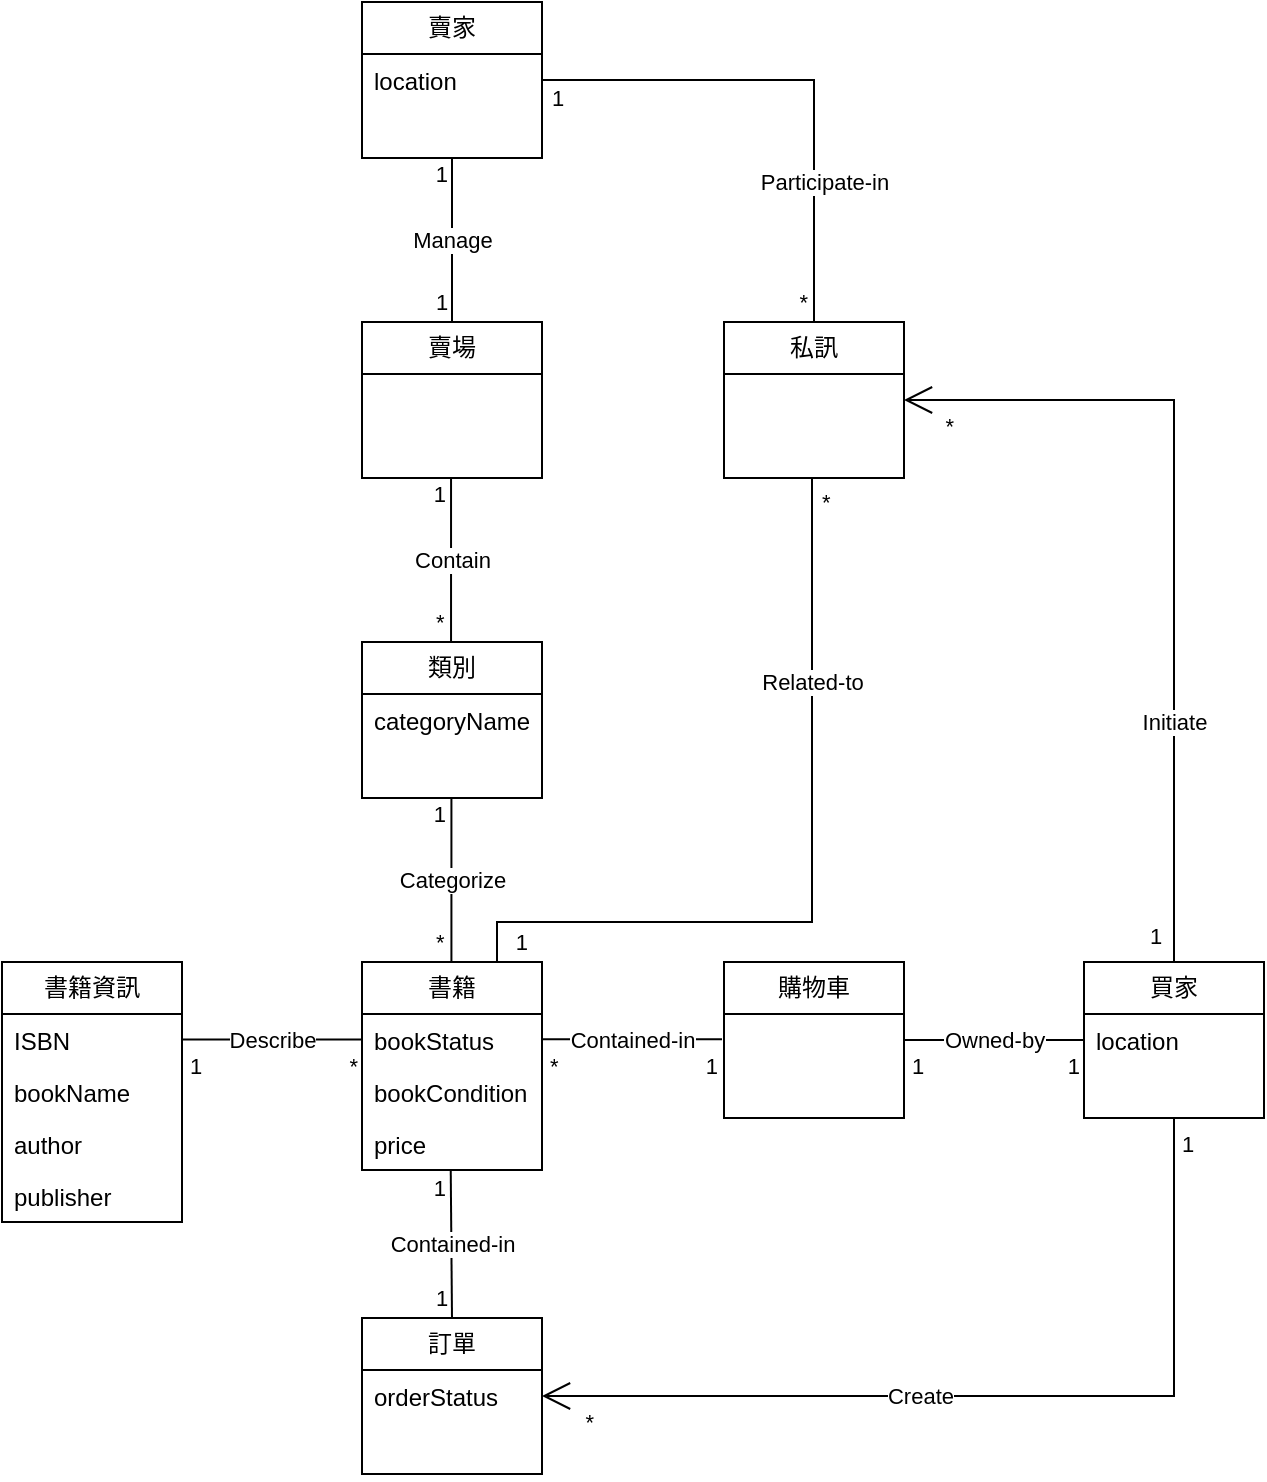
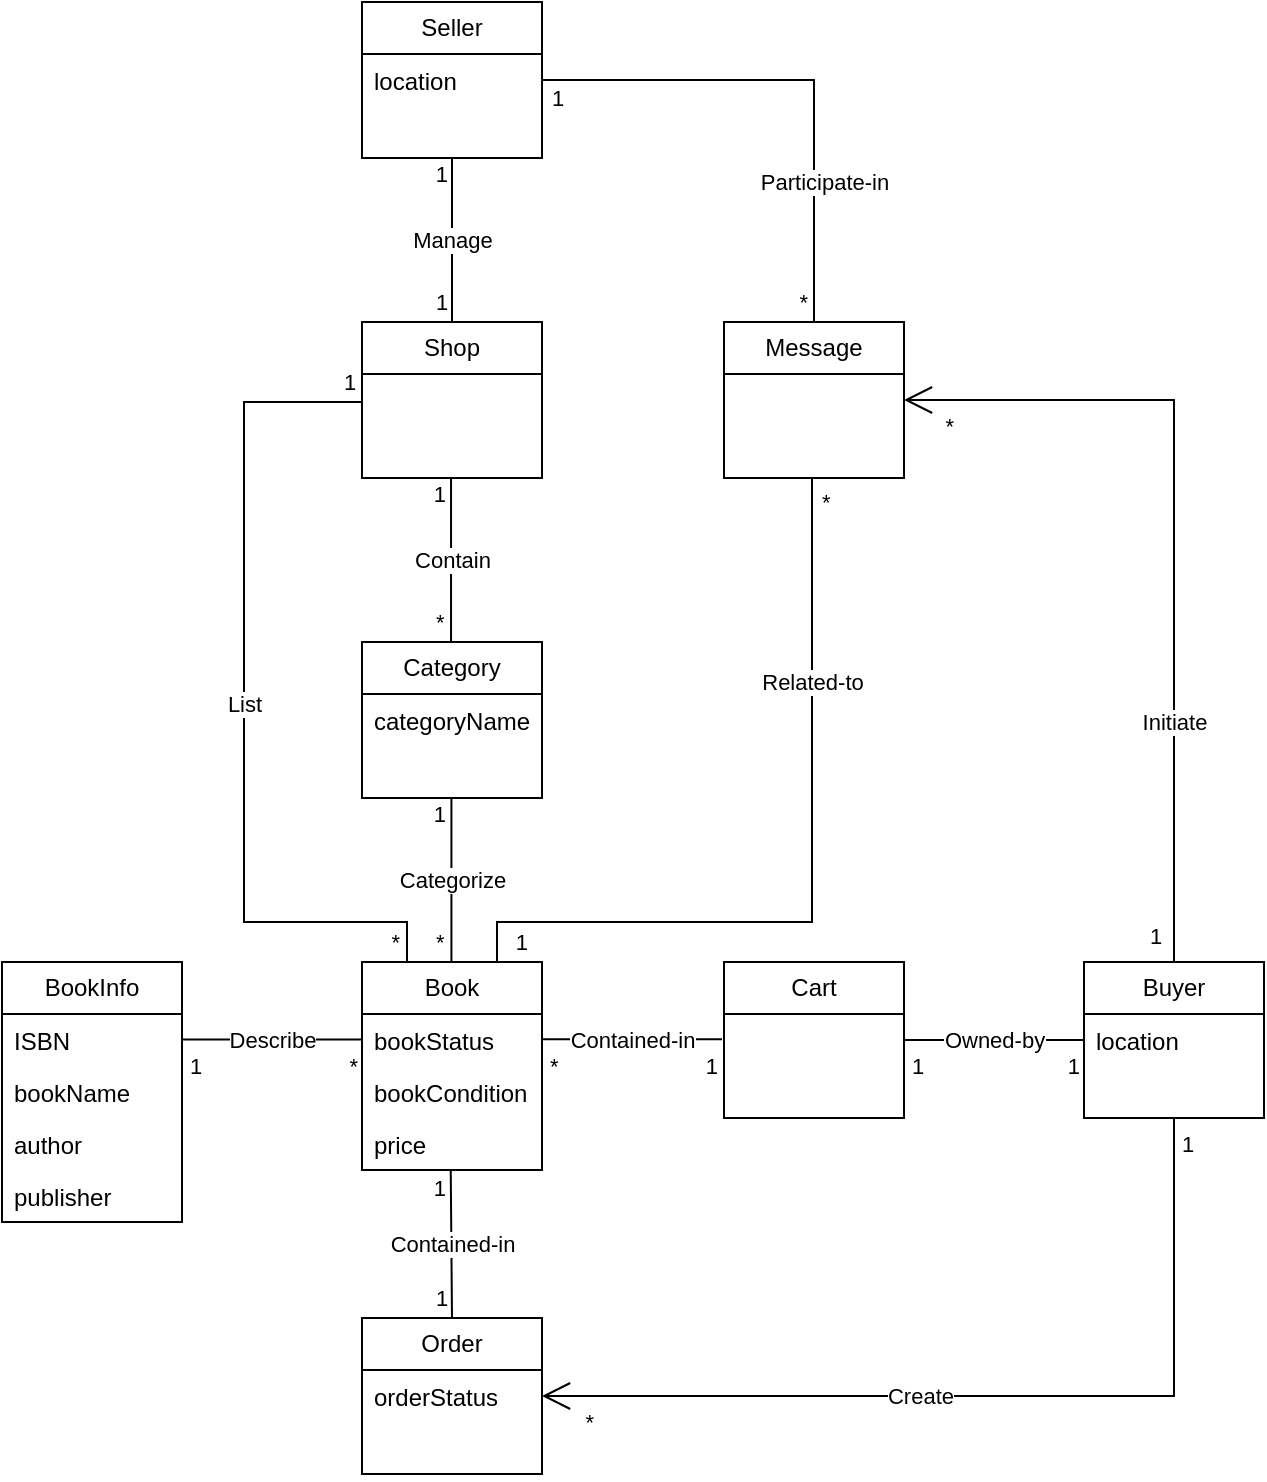
<mxfile host="app.diagrams.net">
  <diagram name="第 1 页" id="RCAoNjRS01Z3lIfcbTOO">
-     <mxGraphModel dx="1407" dy="842" grid="1" gridSize="10" guides="1" tooltips="1" connect="1" arrows="1" fold="1" page="1" pageScale="1" pageWidth="827" pageHeight="1169" math="0" shadow="0">
+     <mxGraphModel grid="1" page="1" gridSize="10" guides="1" tooltips="1" connect="1" arrows="1" fold="1" pageScale="1" pageWidth="827" pageHeight="1169" math="0" shadow="0">
      <root>
        <mxCell id="0" />
        <mxCell id="1" parent="0" />
-         <mxCell id="iLEGEHv-uXXGgKctzIfk-14" parent="1" style="swimlane;fontStyle=0;childLayout=stackLayout;horizontal=1;startSize=26;fillColor=none;horizontalStack=0;resizeParent=1;resizeParentMax=0;resizeLast=0;collapsible=1;marginBottom=0;whiteSpace=wrap;html=1;container=0;" value="買家" vertex="1">
+         <mxCell id="iLEGEHv-uXXGgKctzIfk-14" parent="1" style="swimlane;fontStyle=0;childLayout=stackLayout;horizontal=1;startSize=26;fillColor=none;horizontalStack=0;resizeParent=1;resizeParentMax=0;resizeLast=0;collapsible=1;marginBottom=0;whiteSpace=wrap;html=1;container=0;" value="Buyer" vertex="1">
          <mxGeometry height="78" width="90" x="680" y="520" as="geometry" />
        </mxCell>
        <mxCell id="iLEGEHv-uXXGgKctzIfk-127" parent="iLEGEHv-uXXGgKctzIfk-14" style="text;strokeColor=none;fillColor=none;align=left;verticalAlign=top;spacingLeft=4;spacingRight=4;overflow=hidden;rotatable=0;points=[[0,0.5],[1,0.5]];portConstraint=eastwest;whiteSpace=wrap;html=1;" value="location" vertex="1">
          <mxGeometry height="26" width="90" y="26" as="geometry" />
        </mxCell>
        <mxCell id="iLEGEHv-uXXGgKctzIfk-128" parent="iLEGEHv-uXXGgKctzIfk-14" style="text;strokeColor=none;fillColor=none;align=left;verticalAlign=top;spacingLeft=4;spacingRight=4;overflow=hidden;rotatable=0;points=[[0,0.5],[1,0.5]];portConstraint=eastwest;whiteSpace=wrap;html=1;" value="&amp;nbsp;" vertex="1">
          <mxGeometry height="26" width="90" y="52" as="geometry" />
        </mxCell>
-         <mxCell id="iLEGEHv-uXXGgKctzIfk-17" parent="1" style="swimlane;fontStyle=0;childLayout=stackLayout;horizontal=1;startSize=26;fillColor=none;horizontalStack=0;resizeParent=1;resizeParentMax=0;resizeLast=0;collapsible=1;marginBottom=0;whiteSpace=wrap;html=1;" value="書籍" vertex="1">
+         <mxCell id="iLEGEHv-uXXGgKctzIfk-17" parent="1" style="swimlane;fontStyle=0;childLayout=stackLayout;horizontal=1;startSize=26;fillColor=none;horizontalStack=0;resizeParent=1;resizeParentMax=0;resizeLast=0;collapsible=1;marginBottom=0;whiteSpace=wrap;html=1;" value="Book" vertex="1">
          <mxGeometry height="104" width="90" x="319" y="520" as="geometry" />
        </mxCell>
        <mxCell id="iLEGEHv-uXXGgKctzIfk-18" parent="iLEGEHv-uXXGgKctzIfk-17" style="text;strokeColor=none;fillColor=none;align=left;verticalAlign=top;spacingLeft=4;spacingRight=4;overflow=hidden;rotatable=0;points=[[0,0.5],[1,0.5]];portConstraint=eastwest;whiteSpace=wrap;html=1;" value="bookStatus" vertex="1">
          <mxGeometry height="26" width="90" y="26" as="geometry" />
        </mxCell>
        <mxCell id="iLEGEHv-uXXGgKctzIfk-19" parent="iLEGEHv-uXXGgKctzIfk-17" style="text;strokeColor=none;fillColor=none;align=left;verticalAlign=top;spacingLeft=4;spacingRight=4;overflow=hidden;rotatable=0;points=[[0,0.5],[1,0.5]];portConstraint=eastwest;whiteSpace=wrap;html=1;" value="bookCondition" vertex="1">
          <mxGeometry height="26" width="90" y="52" as="geometry" />
        </mxCell>
        <mxCell id="iLEGEHv-uXXGgKctzIfk-129" parent="iLEGEHv-uXXGgKctzIfk-17" style="text;strokeColor=none;fillColor=none;align=left;verticalAlign=top;spacingLeft=4;spacingRight=4;overflow=hidden;rotatable=0;points=[[0,0.5],[1,0.5]];portConstraint=eastwest;whiteSpace=wrap;html=1;" value="price" vertex="1">
          <mxGeometry height="26" width="90" y="78" as="geometry" />
        </mxCell>
-         <mxCell id="iLEGEHv-uXXGgKctzIfk-20" parent="1" style="swimlane;fontStyle=0;childLayout=stackLayout;horizontal=1;startSize=26;fillColor=none;horizontalStack=0;resizeParent=1;resizeParentMax=0;resizeLast=0;collapsible=1;marginBottom=0;whiteSpace=wrap;html=1;" value="書籍資訊" vertex="1">
+         <mxCell id="iLEGEHv-uXXGgKctzIfk-20" parent="1" style="swimlane;fontStyle=0;childLayout=stackLayout;horizontal=1;startSize=26;fillColor=none;horizontalStack=0;resizeParent=1;resizeParentMax=0;resizeLast=0;collapsible=1;marginBottom=0;whiteSpace=wrap;html=1;" value="BookInfo" vertex="1">
          <mxGeometry height="130" width="90" x="139" y="520" as="geometry" />
        </mxCell>
        <mxCell id="iLEGEHv-uXXGgKctzIfk-21" parent="iLEGEHv-uXXGgKctzIfk-20" style="text;strokeColor=none;fillColor=none;align=left;verticalAlign=top;spacingLeft=4;spacingRight=4;overflow=hidden;rotatable=0;points=[[0,0.5],[1,0.5]];portConstraint=eastwest;whiteSpace=wrap;html=1;" value="ISBN" vertex="1">
          <mxGeometry height="26" width="90" y="26" as="geometry" />
        </mxCell>
        <mxCell id="iLEGEHv-uXXGgKctzIfk-22" parent="iLEGEHv-uXXGgKctzIfk-20" style="text;strokeColor=none;fillColor=none;align=left;verticalAlign=top;spacingLeft=4;spacingRight=4;overflow=hidden;rotatable=0;points=[[0,0.5],[1,0.5]];portConstraint=eastwest;whiteSpace=wrap;html=1;" value="bookName" vertex="1">
          <mxGeometry height="26" width="90" y="52" as="geometry" />
        </mxCell>
        <mxCell id="iLEGEHv-uXXGgKctzIfk-130" parent="iLEGEHv-uXXGgKctzIfk-20" style="text;strokeColor=none;fillColor=none;align=left;verticalAlign=top;spacingLeft=4;spacingRight=4;overflow=hidden;rotatable=0;points=[[0,0.5],[1,0.5]];portConstraint=eastwest;whiteSpace=wrap;html=1;" value="author" vertex="1">
          <mxGeometry height="26" width="90" y="78" as="geometry" />
        </mxCell>
        <mxCell id="iLEGEHv-uXXGgKctzIfk-131" parent="iLEGEHv-uXXGgKctzIfk-20" style="text;strokeColor=none;fillColor=none;align=left;verticalAlign=top;spacingLeft=4;spacingRight=4;overflow=hidden;rotatable=0;points=[[0,0.5],[1,0.5]];portConstraint=eastwest;whiteSpace=wrap;html=1;" value="publisher" vertex="1">
          <mxGeometry height="26" width="90" y="104" as="geometry" />
        </mxCell>
-         <mxCell id="iLEGEHv-uXXGgKctzIfk-23" parent="1" style="swimlane;fontStyle=0;childLayout=stackLayout;horizontal=1;startSize=26;fillColor=none;horizontalStack=0;resizeParent=1;resizeParentMax=0;resizeLast=0;collapsible=1;marginBottom=0;whiteSpace=wrap;html=1;" value="私訊" vertex="1">
+         <mxCell id="iLEGEHv-uXXGgKctzIfk-23" parent="1" style="swimlane;fontStyle=0;childLayout=stackLayout;horizontal=1;startSize=26;fillColor=none;horizontalStack=0;resizeParent=1;resizeParentMax=0;resizeLast=0;collapsible=1;marginBottom=0;whiteSpace=wrap;html=1;" value="Message" vertex="1">
          <mxGeometry height="78" width="90" x="500" y="200" as="geometry" />
        </mxCell>
        <mxCell id="iLEGEHv-uXXGgKctzIfk-24" parent="iLEGEHv-uXXGgKctzIfk-23" style="text;strokeColor=none;fillColor=none;align=left;verticalAlign=top;spacingLeft=4;spacingRight=4;overflow=hidden;rotatable=0;points=[[0,0.5],[1,0.5]];portConstraint=eastwest;whiteSpace=wrap;html=1;" value="&amp;nbsp;" vertex="1">
          <mxGeometry height="26" width="90" y="26" as="geometry" />
        </mxCell>
        <mxCell id="iLEGEHv-uXXGgKctzIfk-25" parent="iLEGEHv-uXXGgKctzIfk-23" style="text;strokeColor=none;fillColor=none;align=left;verticalAlign=top;spacingLeft=4;spacingRight=4;overflow=hidden;rotatable=0;points=[[0,0.5],[1,0.5]];portConstraint=eastwest;whiteSpace=wrap;html=1;" value="&amp;nbsp;" vertex="1">
          <mxGeometry height="26" width="90" y="52" as="geometry" />
        </mxCell>
-         <mxCell id="iLEGEHv-uXXGgKctzIfk-26" parent="1" style="swimlane;fontStyle=0;childLayout=stackLayout;horizontal=1;startSize=26;fillColor=none;horizontalStack=0;resizeParent=1;resizeParentMax=0;resizeLast=0;collapsible=1;marginBottom=0;whiteSpace=wrap;html=1;" value="賣場" vertex="1">
+         <mxCell id="iLEGEHv-uXXGgKctzIfk-26" parent="1" style="swimlane;fontStyle=0;childLayout=stackLayout;horizontal=1;startSize=26;fillColor=none;horizontalStack=0;resizeParent=1;resizeParentMax=0;resizeLast=0;collapsible=1;marginBottom=0;whiteSpace=wrap;html=1;" value="Shop" vertex="1">
          <mxGeometry height="78" width="90" x="319" y="200" as="geometry" />
        </mxCell>
        <mxCell id="iLEGEHv-uXXGgKctzIfk-27" parent="iLEGEHv-uXXGgKctzIfk-26" style="text;strokeColor=none;fillColor=none;align=left;verticalAlign=top;spacingLeft=4;spacingRight=4;overflow=hidden;rotatable=0;points=[[0,0.5],[1,0.5]];portConstraint=eastwest;whiteSpace=wrap;html=1;" value="&amp;nbsp;" vertex="1">
          <mxGeometry height="26" width="90" y="26" as="geometry" />
        </mxCell>
        <mxCell id="iLEGEHv-uXXGgKctzIfk-28" parent="iLEGEHv-uXXGgKctzIfk-26" style="text;strokeColor=none;fillColor=none;align=left;verticalAlign=top;spacingLeft=4;spacingRight=4;overflow=hidden;rotatable=0;points=[[0,0.5],[1,0.5]];portConstraint=eastwest;whiteSpace=wrap;html=1;" value="&amp;nbsp;" vertex="1">
          <mxGeometry height="26" width="90" y="52" as="geometry" />
        </mxCell>
-         <mxCell id="iLEGEHv-uXXGgKctzIfk-29" parent="1" style="swimlane;fontStyle=0;childLayout=stackLayout;horizontal=1;startSize=26;fillColor=none;horizontalStack=0;resizeParent=1;resizeParentMax=0;resizeLast=0;collapsible=1;marginBottom=0;whiteSpace=wrap;html=1;" value="類別" vertex="1">
+         <mxCell id="iLEGEHv-uXXGgKctzIfk-29" parent="1" style="swimlane;fontStyle=0;childLayout=stackLayout;horizontal=1;startSize=26;fillColor=none;horizontalStack=0;resizeParent=1;resizeParentMax=0;resizeLast=0;collapsible=1;marginBottom=0;whiteSpace=wrap;html=1;" value="Category" vertex="1">
          <mxGeometry height="78" width="90" x="319" y="360" as="geometry" />
        </mxCell>
        <mxCell id="iLEGEHv-uXXGgKctzIfk-30" parent="iLEGEHv-uXXGgKctzIfk-29" style="text;strokeColor=none;fillColor=none;align=left;verticalAlign=top;spacingLeft=4;spacingRight=4;overflow=hidden;rotatable=0;points=[[0,0.5],[1,0.5]];portConstraint=eastwest;whiteSpace=wrap;html=1;" value="categoryName" vertex="1">
          <mxGeometry height="26" width="90" y="26" as="geometry" />
        </mxCell>
        <mxCell id="iLEGEHv-uXXGgKctzIfk-31" parent="iLEGEHv-uXXGgKctzIfk-29" style="text;strokeColor=none;fillColor=none;align=left;verticalAlign=top;spacingLeft=4;spacingRight=4;overflow=hidden;rotatable=0;points=[[0,0.5],[1,0.5]];portConstraint=eastwest;whiteSpace=wrap;html=1;" value="&amp;nbsp;" vertex="1">
          <mxGeometry height="26" width="90" y="52" as="geometry" />
        </mxCell>
-         <mxCell id="iLEGEHv-uXXGgKctzIfk-32" parent="1" style="swimlane;fontStyle=0;childLayout=stackLayout;horizontal=1;startSize=26;fillColor=none;horizontalStack=0;resizeParent=1;resizeParentMax=0;resizeLast=0;collapsible=1;marginBottom=0;whiteSpace=wrap;html=1;" value="購物車" vertex="1">
+         <mxCell id="iLEGEHv-uXXGgKctzIfk-32" parent="1" style="swimlane;fontStyle=0;childLayout=stackLayout;horizontal=1;startSize=26;fillColor=none;horizontalStack=0;resizeParent=1;resizeParentMax=0;resizeLast=0;collapsible=1;marginBottom=0;whiteSpace=wrap;html=1;" value="Cart" vertex="1">
          <mxGeometry height="78" width="90" x="500" y="520" as="geometry" />
        </mxCell>
        <mxCell id="iLEGEHv-uXXGgKctzIfk-33" parent="iLEGEHv-uXXGgKctzIfk-32" style="text;strokeColor=none;fillColor=none;align=left;verticalAlign=top;spacingLeft=4;spacingRight=4;overflow=hidden;rotatable=0;points=[[0,0.5],[1,0.5]];portConstraint=eastwest;whiteSpace=wrap;html=1;" value="&amp;nbsp;" vertex="1">
          <mxGeometry height="26" width="90" y="26" as="geometry" />
        </mxCell>
        <mxCell id="iLEGEHv-uXXGgKctzIfk-34" parent="iLEGEHv-uXXGgKctzIfk-32" style="text;strokeColor=none;fillColor=none;align=left;verticalAlign=top;spacingLeft=4;spacingRight=4;overflow=hidden;rotatable=0;points=[[0,0.5],[1,0.5]];portConstraint=eastwest;whiteSpace=wrap;html=1;" value="&amp;nbsp;" vertex="1">
          <mxGeometry height="26" width="90" y="52" as="geometry" />
        </mxCell>
-         <mxCell id="iLEGEHv-uXXGgKctzIfk-35" parent="1" style="swimlane;fontStyle=0;childLayout=stackLayout;horizontal=1;startSize=26;fillColor=none;horizontalStack=0;resizeParent=1;resizeParentMax=0;resizeLast=0;collapsible=1;marginBottom=0;whiteSpace=wrap;html=1;" value="訂單" vertex="1">
+         <mxCell id="iLEGEHv-uXXGgKctzIfk-35" parent="1" style="swimlane;fontStyle=0;childLayout=stackLayout;horizontal=1;startSize=26;fillColor=none;horizontalStack=0;resizeParent=1;resizeParentMax=0;resizeLast=0;collapsible=1;marginBottom=0;whiteSpace=wrap;html=1;" value="Order" vertex="1">
          <mxGeometry height="78" width="90" x="319" y="698" as="geometry" />
        </mxCell>
        <mxCell id="iLEGEHv-uXXGgKctzIfk-36" parent="iLEGEHv-uXXGgKctzIfk-35" style="text;strokeColor=none;fillColor=none;align=left;verticalAlign=top;spacingLeft=4;spacingRight=4;overflow=hidden;rotatable=0;points=[[0,0.5],[1,0.5]];portConstraint=eastwest;whiteSpace=wrap;html=1;" value="orderStatus" vertex="1">
          <mxGeometry height="26" width="90" y="26" as="geometry" />
        </mxCell>
        <mxCell id="iLEGEHv-uXXGgKctzIfk-37" parent="iLEGEHv-uXXGgKctzIfk-35" style="text;strokeColor=none;fillColor=none;align=left;verticalAlign=top;spacingLeft=4;spacingRight=4;overflow=hidden;rotatable=0;points=[[0,0.5],[1,0.5]];portConstraint=eastwest;whiteSpace=wrap;html=1;" value="&amp;nbsp;" vertex="1">
          <mxGeometry height="26" width="90" y="52" as="geometry" />
        </mxCell>
-         <mxCell id="iLEGEHv-uXXGgKctzIfk-10" parent="1" style="swimlane;fontStyle=0;childLayout=stackLayout;horizontal=1;startSize=26;fillColor=none;horizontalStack=0;resizeParent=1;resizeParentMax=0;resizeLast=0;collapsible=1;marginBottom=0;whiteSpace=wrap;html=1;movable=1;resizable=1;rotatable=1;deletable=1;editable=1;locked=0;connectable=1;container=0;" value="賣家" vertex="1">
+         <mxCell id="iLEGEHv-uXXGgKctzIfk-10" parent="1" style="swimlane;fontStyle=0;childLayout=stackLayout;horizontal=1;startSize=26;fillColor=none;horizontalStack=0;resizeParent=1;resizeParentMax=0;resizeLast=0;collapsible=1;marginBottom=0;whiteSpace=wrap;html=1;movable=1;resizable=1;rotatable=1;deletable=1;editable=1;locked=0;connectable=1;container=0;" value="Seller" vertex="1">
          <mxGeometry height="78" width="90" x="319" y="40" as="geometry" />
        </mxCell>
        <mxCell id="iLEGEHv-uXXGgKctzIfk-11" parent="iLEGEHv-uXXGgKctzIfk-10" style="text;strokeColor=none;fillColor=none;align=left;verticalAlign=top;spacingLeft=4;spacingRight=4;overflow=hidden;rotatable=1;points=[[0,0.5],[1,0.5]];portConstraint=eastwest;whiteSpace=wrap;html=1;movable=1;resizable=1;deletable=1;editable=1;locked=0;connectable=1;container=0;" value="location" vertex="1">
          <mxGeometry height="26" width="90" y="26" as="geometry" />
        </mxCell>
        <mxCell id="iLEGEHv-uXXGgKctzIfk-39" parent="iLEGEHv-uXXGgKctzIfk-10" style="text;strokeColor=none;fillColor=none;align=left;verticalAlign=top;spacingLeft=4;spacingRight=4;overflow=hidden;rotatable=1;points=[[0,0.5],[1,0.5]];portConstraint=eastwest;whiteSpace=wrap;html=1;movable=1;resizable=1;deletable=1;editable=1;locked=0;connectable=1;container=0;" value="&amp;nbsp;" vertex="1">
          <mxGeometry height="26" width="90" y="52" as="geometry" />
        </mxCell>
        <mxCell id="iLEGEHv-uXXGgKctzIfk-87" edge="1" parent="1" source="iLEGEHv-uXXGgKctzIfk-26" style="endArrow=none;html=1;endSize=12;startArrow=none;startSize=14;startFill=0;rounded=0;endFill=0;exitX=0.5;exitY=0;exitDx=0;exitDy=0;" target="iLEGEHv-uXXGgKctzIfk-39" value="Manage">
          <mxGeometry relative="1" as="geometry">
            <mxPoint x="250" y="160" as="sourcePoint" />
            <mxPoint x="410" y="160" as="targetPoint" />
          </mxGeometry>
        </mxCell>
        <mxCell id="iLEGEHv-uXXGgKctzIfk-88" connectable="0" parent="iLEGEHv-uXXGgKctzIfk-87" style="edgeLabel;resizable=0;html=1;align=left;verticalAlign=top;" value="1" vertex="1">
          <mxGeometry relative="1" x="-1" as="geometry">
            <mxPoint x="-10" y="-23" as="offset" />
          </mxGeometry>
        </mxCell>
        <mxCell id="iLEGEHv-uXXGgKctzIfk-89" connectable="0" parent="iLEGEHv-uXXGgKctzIfk-87" style="edgeLabel;resizable=0;html=1;align=right;verticalAlign=top;" value="1" vertex="1">
          <mxGeometry relative="1" x="1" as="geometry">
            <mxPoint x="-2" y="-5" as="offset" />
          </mxGeometry>
        </mxCell>
        <mxCell id="iLEGEHv-uXXGgKctzIfk-90" edge="1" parent="1" style="endArrow=none;html=1;endSize=12;startArrow=none;startSize=14;startFill=0;rounded=0;endFill=0;exitX=0.5;exitY=0;exitDx=0;exitDy=0;" value="Contain">
          <mxGeometry relative="1" as="geometry">
            <mxPoint x="363.52" y="360" as="sourcePoint" />
            <mxPoint x="363.52" y="278" as="targetPoint" />
          </mxGeometry>
        </mxCell>
        <mxCell id="iLEGEHv-uXXGgKctzIfk-91" connectable="0" parent="iLEGEHv-uXXGgKctzIfk-90" style="edgeLabel;resizable=0;html=1;align=left;verticalAlign=top;" value="*" vertex="1">
          <mxGeometry relative="1" x="-1" as="geometry">
            <mxPoint x="-10" y="-23" as="offset" />
          </mxGeometry>
        </mxCell>
        <mxCell id="iLEGEHv-uXXGgKctzIfk-92" connectable="0" parent="iLEGEHv-uXXGgKctzIfk-90" style="edgeLabel;resizable=0;html=1;align=right;verticalAlign=top;" value="1" vertex="1">
          <mxGeometry relative="1" x="1" as="geometry">
            <mxPoint x="-2" y="-5" as="offset" />
          </mxGeometry>
        </mxCell>
        <mxCell id="iLEGEHv-uXXGgKctzIfk-93" edge="1" parent="1" style="endArrow=none;html=1;endSize=12;startArrow=none;startSize=14;startFill=0;rounded=0;endFill=0;exitX=0.5;exitY=0;exitDx=0;exitDy=0;" value="Categorize">
          <mxGeometry relative="1" as="geometry">
            <mxPoint x="363.71" y="520" as="sourcePoint" />
            <mxPoint x="363.71" y="438" as="targetPoint" />
          </mxGeometry>
        </mxCell>
        <mxCell id="iLEGEHv-uXXGgKctzIfk-94" connectable="0" parent="iLEGEHv-uXXGgKctzIfk-93" style="edgeLabel;resizable=0;html=1;align=left;verticalAlign=top;" value="*" vertex="1">
          <mxGeometry relative="1" x="-1" as="geometry">
            <mxPoint x="-10" y="-23" as="offset" />
          </mxGeometry>
        </mxCell>
        <mxCell id="iLEGEHv-uXXGgKctzIfk-95" connectable="0" parent="iLEGEHv-uXXGgKctzIfk-93" style="edgeLabel;resizable=0;html=1;align=right;verticalAlign=top;" value="1" vertex="1">
          <mxGeometry relative="1" x="1" as="geometry">
            <mxPoint x="-2" y="-5" as="offset" />
          </mxGeometry>
        </mxCell>
        <mxCell id="iLEGEHv-uXXGgKctzIfk-96" edge="1" parent="1" source="iLEGEHv-uXXGgKctzIfk-35" style="endArrow=none;html=1;endSize=12;startArrow=none;startSize=14;startFill=0;rounded=0;endFill=0;exitX=0.5;exitY=0;exitDx=0;exitDy=0;entryX=0.493;entryY=1.015;entryDx=0;entryDy=0;entryPerimeter=0;" target="iLEGEHv-uXXGgKctzIfk-129" value="Contained-in">
          <mxGeometry relative="1" as="geometry">
            <mxPoint x="363.5" y="680" as="sourcePoint" />
            <mxPoint x="364" y="630" as="targetPoint" />
          </mxGeometry>
        </mxCell>
        <mxCell id="iLEGEHv-uXXGgKctzIfk-97" connectable="0" parent="iLEGEHv-uXXGgKctzIfk-96" style="edgeLabel;resizable=0;html=1;align=left;verticalAlign=top;" value="1" vertex="1">
          <mxGeometry relative="1" x="-1" as="geometry">
            <mxPoint x="-10" y="-23" as="offset" />
          </mxGeometry>
        </mxCell>
        <mxCell id="iLEGEHv-uXXGgKctzIfk-98" connectable="0" parent="iLEGEHv-uXXGgKctzIfk-96" style="edgeLabel;resizable=0;html=1;align=right;verticalAlign=top;" value="1" vertex="1">
          <mxGeometry relative="1" x="1" as="geometry">
            <mxPoint x="-2" y="-5" as="offset" />
          </mxGeometry>
        </mxCell>
        <mxCell id="iLEGEHv-uXXGgKctzIfk-99" edge="1" parent="1" source="iLEGEHv-uXXGgKctzIfk-33" style="endArrow=none;html=1;endSize=12;startArrow=none;startSize=12;startFill=0;rounded=0;entryX=0;entryY=0.5;entryDx=0;entryDy=0;exitX=1;exitY=0.5;exitDx=0;exitDy=0;endFill=0;" target="iLEGEHv-uXXGgKctzIfk-14" value="Owned-by">
          <mxGeometry relative="1" as="geometry">
            <mxPoint x="630" y="570" as="sourcePoint" />
            <mxPoint x="670" y="560" as="targetPoint" />
          </mxGeometry>
        </mxCell>
        <mxCell id="iLEGEHv-uXXGgKctzIfk-100" connectable="0" parent="iLEGEHv-uXXGgKctzIfk-99" style="edgeLabel;resizable=0;html=1;align=left;verticalAlign=top;" value="1" vertex="1">
          <mxGeometry relative="1" x="-1" as="geometry">
            <mxPoint x="2" as="offset" />
          </mxGeometry>
        </mxCell>
        <mxCell id="iLEGEHv-uXXGgKctzIfk-101" connectable="0" parent="iLEGEHv-uXXGgKctzIfk-99" style="edgeLabel;resizable=0;html=1;align=right;verticalAlign=top;" value="1" vertex="1">
          <mxGeometry relative="1" x="1" as="geometry">
            <mxPoint x="-2" as="offset" />
          </mxGeometry>
        </mxCell>
        <mxCell id="iLEGEHv-uXXGgKctzIfk-102" edge="1" parent="1" style="endArrow=none;html=1;endSize=12;startArrow=none;startSize=12;startFill=0;rounded=0;entryX=0;entryY=0.5;entryDx=0;entryDy=0;exitX=1;exitY=0.5;exitDx=0;exitDy=0;endFill=0;" value="Contained-in">
          <mxGeometry relative="1" as="geometry">
            <mxPoint x="409" y="558.68" as="sourcePoint" />
            <mxPoint x="499" y="558.68" as="targetPoint" />
          </mxGeometry>
        </mxCell>
        <mxCell id="iLEGEHv-uXXGgKctzIfk-103" connectable="0" parent="iLEGEHv-uXXGgKctzIfk-102" style="edgeLabel;resizable=0;html=1;align=left;verticalAlign=top;" value="*" vertex="1">
          <mxGeometry relative="1" x="-1" as="geometry">
            <mxPoint x="2" as="offset" />
          </mxGeometry>
        </mxCell>
        <mxCell id="iLEGEHv-uXXGgKctzIfk-104" connectable="0" parent="iLEGEHv-uXXGgKctzIfk-102" style="edgeLabel;resizable=0;html=1;align=right;verticalAlign=top;" value="1" vertex="1">
          <mxGeometry relative="1" x="1" as="geometry">
            <mxPoint x="-2" as="offset" />
          </mxGeometry>
        </mxCell>
        <mxCell id="iLEGEHv-uXXGgKctzIfk-105" edge="1" parent="1" style="endArrow=none;html=1;endSize=12;startArrow=none;startSize=12;startFill=0;rounded=0;entryX=0;entryY=0.5;entryDx=0;entryDy=0;exitX=1;exitY=0.5;exitDx=0;exitDy=0;endFill=0;" value="Describe">
          <mxGeometry relative="1" as="geometry">
            <mxPoint x="229" y="558.71" as="sourcePoint" />
            <mxPoint x="319" y="558.71" as="targetPoint" />
          </mxGeometry>
        </mxCell>
        <mxCell id="iLEGEHv-uXXGgKctzIfk-106" connectable="0" parent="iLEGEHv-uXXGgKctzIfk-105" style="edgeLabel;resizable=0;html=1;align=left;verticalAlign=top;" value="1" vertex="1">
          <mxGeometry relative="1" x="-1" as="geometry">
            <mxPoint x="2" as="offset" />
          </mxGeometry>
        </mxCell>
        <mxCell id="iLEGEHv-uXXGgKctzIfk-107" connectable="0" parent="iLEGEHv-uXXGgKctzIfk-105" style="edgeLabel;resizable=0;html=1;align=right;verticalAlign=top;" value="*" vertex="1">
          <mxGeometry relative="1" x="1" as="geometry">
            <mxPoint x="-2" as="offset" />
          </mxGeometry>
        </mxCell>
        <mxCell id="iLEGEHv-uXXGgKctzIfk-108" edge="1" parent="1" source="iLEGEHv-uXXGgKctzIfk-14" style="endArrow=open;html=1;endSize=12;startArrow=none;startSize=14;startFill=0;edgeStyle=orthogonalEdgeStyle;rounded=0;entryX=1;entryY=0.5;entryDx=0;entryDy=0;exitX=0.5;exitY=0;exitDx=0;exitDy=0;" target="iLEGEHv-uXXGgKctzIfk-24" value="Initiate">
          <mxGeometry relative="1" x="-0.4231" as="geometry">
            <mxPoint as="offset" />
            <mxPoint x="480" y="360" as="sourcePoint" />
            <mxPoint x="640" y="360" as="targetPoint" />
          </mxGeometry>
        </mxCell>
        <mxCell id="iLEGEHv-uXXGgKctzIfk-109" connectable="0" parent="iLEGEHv-uXXGgKctzIfk-108" style="edgeLabel;resizable=0;html=1;align=left;verticalAlign=top;" value="1" vertex="1">
          <mxGeometry relative="1" x="-1" as="geometry">
            <mxPoint x="-14" y="-26" as="offset" />
          </mxGeometry>
        </mxCell>
        <mxCell id="iLEGEHv-uXXGgKctzIfk-110" connectable="0" parent="iLEGEHv-uXXGgKctzIfk-108" style="edgeLabel;resizable=0;html=1;align=right;verticalAlign=top;" value="*" vertex="1">
          <mxGeometry relative="1" x="1" as="geometry">
            <mxPoint x="25" as="offset" />
          </mxGeometry>
        </mxCell>
        <mxCell id="iLEGEHv-uXXGgKctzIfk-111" edge="1" parent="1" source="iLEGEHv-uXXGgKctzIfk-11" style="endArrow=none;html=1;endSize=12;startArrow=none;startSize=14;startFill=0;edgeStyle=orthogonalEdgeStyle;rounded=0;exitX=1;exitY=0.5;exitDx=0;exitDy=0;entryX=0.5;entryY=0;entryDx=0;entryDy=0;endFill=0;" target="iLEGEHv-uXXGgKctzIfk-23" value="Participate-in">
          <mxGeometry relative="1" x="0.4553" y="5" as="geometry">
            <mxPoint as="offset" />
            <mxPoint x="320" y="150" as="sourcePoint" />
            <mxPoint x="480" y="150" as="targetPoint" />
          </mxGeometry>
        </mxCell>
        <mxCell id="iLEGEHv-uXXGgKctzIfk-112" connectable="0" parent="iLEGEHv-uXXGgKctzIfk-111" style="edgeLabel;resizable=0;html=1;align=left;verticalAlign=top;" value="1" vertex="1">
          <mxGeometry relative="1" x="-1" as="geometry">
            <mxPoint x="3" y="-4" as="offset" />
          </mxGeometry>
        </mxCell>
        <mxCell id="iLEGEHv-uXXGgKctzIfk-113" connectable="0" parent="iLEGEHv-uXXGgKctzIfk-111" style="edgeLabel;resizable=0;html=1;align=right;verticalAlign=top;" value="*" vertex="1">
          <mxGeometry relative="1" x="1" as="geometry">
            <mxPoint x="-3" y="-23" as="offset" />
          </mxGeometry>
        </mxCell>
        <mxCell id="iLEGEHv-uXXGgKctzIfk-114" edge="1" parent="1" source="iLEGEHv-uXXGgKctzIfk-25" style="endArrow=none;html=1;endSize=12;startArrow=none;startSize=14;startFill=0;edgeStyle=orthogonalEdgeStyle;rounded=0;entryX=0.75;entryY=0;entryDx=0;entryDy=0;endFill=0;" target="iLEGEHv-uXXGgKctzIfk-17" value="Related-to">
          <mxGeometry relative="1" x="-0.4913" as="geometry">
            <mxPoint as="offset" />
            <Array as="points">
              <mxPoint x="544" y="500" />
              <mxPoint x="386" y="500" />
            </Array>
            <mxPoint x="280" y="420" as="sourcePoint" />
            <mxPoint x="440" y="420" as="targetPoint" />
          </mxGeometry>
        </mxCell>
        <mxCell id="iLEGEHv-uXXGgKctzIfk-115" connectable="0" parent="iLEGEHv-uXXGgKctzIfk-114" style="edgeLabel;resizable=0;html=1;align=left;verticalAlign=top;" value="*" vertex="1">
          <mxGeometry relative="1" x="-1" as="geometry">
            <mxPoint x="3" y="-1" as="offset" />
          </mxGeometry>
        </mxCell>
        <mxCell id="iLEGEHv-uXXGgKctzIfk-116" connectable="0" parent="iLEGEHv-uXXGgKctzIfk-114" style="edgeLabel;resizable=0;html=1;align=right;verticalAlign=top;" value="1" vertex="1">
          <mxGeometry relative="1" x="1" as="geometry">
            <mxPoint x="16" y="-23" as="offset" />
          </mxGeometry>
        </mxCell>
        <mxCell id="iLEGEHv-uXXGgKctzIfk-118" edge="1" parent="1" source="iLEGEHv-uXXGgKctzIfk-14" style="endArrow=open;html=1;endSize=12;startArrow=none;startSize=14;startFill=0;edgeStyle=orthogonalEdgeStyle;rounded=0;entryX=1;entryY=0.5;entryDx=0;entryDy=0;exitX=0.5;exitY=1;exitDx=0;exitDy=0;" target="iLEGEHv-uXXGgKctzIfk-36" value="Create">
          <mxGeometry relative="1" x="0.1716" as="geometry">
            <mxPoint as="offset" />
            <mxPoint x="180" y="530" as="sourcePoint" />
            <mxPoint x="340" y="530" as="targetPoint" />
          </mxGeometry>
        </mxCell>
        <mxCell id="iLEGEHv-uXXGgKctzIfk-119" connectable="0" parent="iLEGEHv-uXXGgKctzIfk-118" style="edgeLabel;resizable=0;html=1;align=left;verticalAlign=top;" value="1" vertex="1">
          <mxGeometry relative="1" x="-1" as="geometry">
            <mxPoint x="2" as="offset" />
          </mxGeometry>
        </mxCell>
        <mxCell id="iLEGEHv-uXXGgKctzIfk-120" connectable="0" parent="iLEGEHv-uXXGgKctzIfk-118" style="edgeLabel;resizable=0;html=1;align=right;verticalAlign=top;" value="*" vertex="1">
          <mxGeometry relative="1" x="1" as="geometry">
            <mxPoint x="26" as="offset" />
          </mxGeometry>
        </mxCell>
+         <mxCell id="8RQZtJZfD3IEJj-Id6Km-1" edge="1" parent="1" source="iLEGEHv-uXXGgKctzIfk-27" style="endArrow=none;html=1;endSize=12;startArrow=none;startSize=14;startFill=0;edgeStyle=orthogonalEdgeStyle;rounded=0;entryX=0.25;entryY=0;entryDx=0;entryDy=0;endFill=0;exitX=0;exitY=0.5;exitDx=0;exitDy=0;" target="iLEGEHv-uXXGgKctzIfk-17" value="List">
+           <mxGeometry relative="1" as="geometry">
+             <Array as="points">
+               <mxPoint x="319" y="240" />
+               <mxPoint x="260" y="240" />
+               <mxPoint x="260" y="500" />
+               <mxPoint x="342" y="500" />
+             </Array>
+             <mxPoint x="180" y="280" as="sourcePoint" />
+             <mxPoint x="250" y="380" as="targetPoint" />
+           </mxGeometry>
+         </mxCell>
+         <mxCell id="8RQZtJZfD3IEJj-Id6Km-2" connectable="0" parent="8RQZtJZfD3IEJj-Id6Km-1" style="edgeLabel;resizable=0;html=1;align=left;verticalAlign=top;" value="1" vertex="1">
+           <mxGeometry relative="1" x="-1" as="geometry">
+             <mxPoint x="-11" y="-22" as="offset" />
+           </mxGeometry>
+         </mxCell>
+         <mxCell id="8RQZtJZfD3IEJj-Id6Km-3" connectable="0" parent="8RQZtJZfD3IEJj-Id6Km-1" style="edgeLabel;resizable=0;html=1;align=right;verticalAlign=top;" value="*" vertex="1">
+           <mxGeometry relative="1" x="1" as="geometry">
+             <mxPoint x="-3" y="-23" as="offset" />
+           </mxGeometry>
+         </mxCell>
      </root>
    </mxGraphModel>
  </diagram>
</mxfile>
